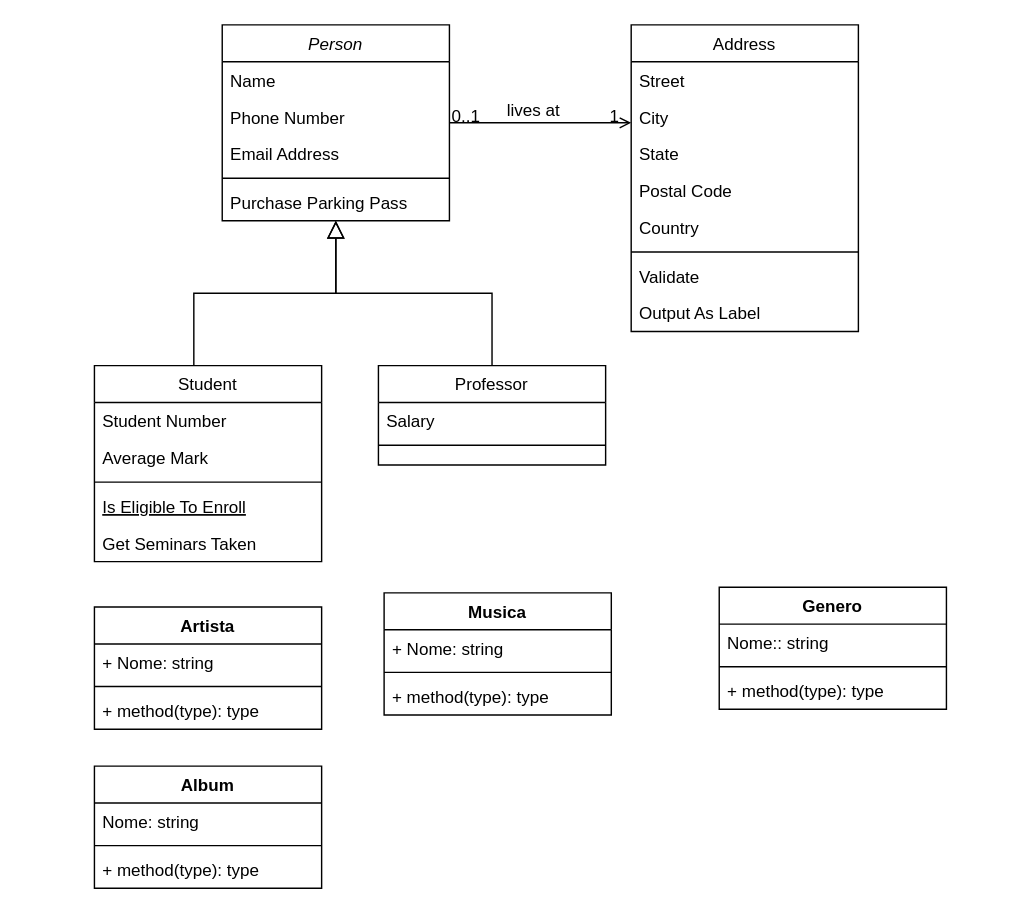
samorysundjata/Jukebox keeps this draw.io diagram as models.drawio. Above is the earlier version. Source tidied: cells renumbered, new cells numbered last; positions are measured from the earlier drawing's top-left corner, leaving out a move shared by most shapes. Both pictures are drawn from the tidied source at 142%, with x=0, y=0 at pixel (94, 24).
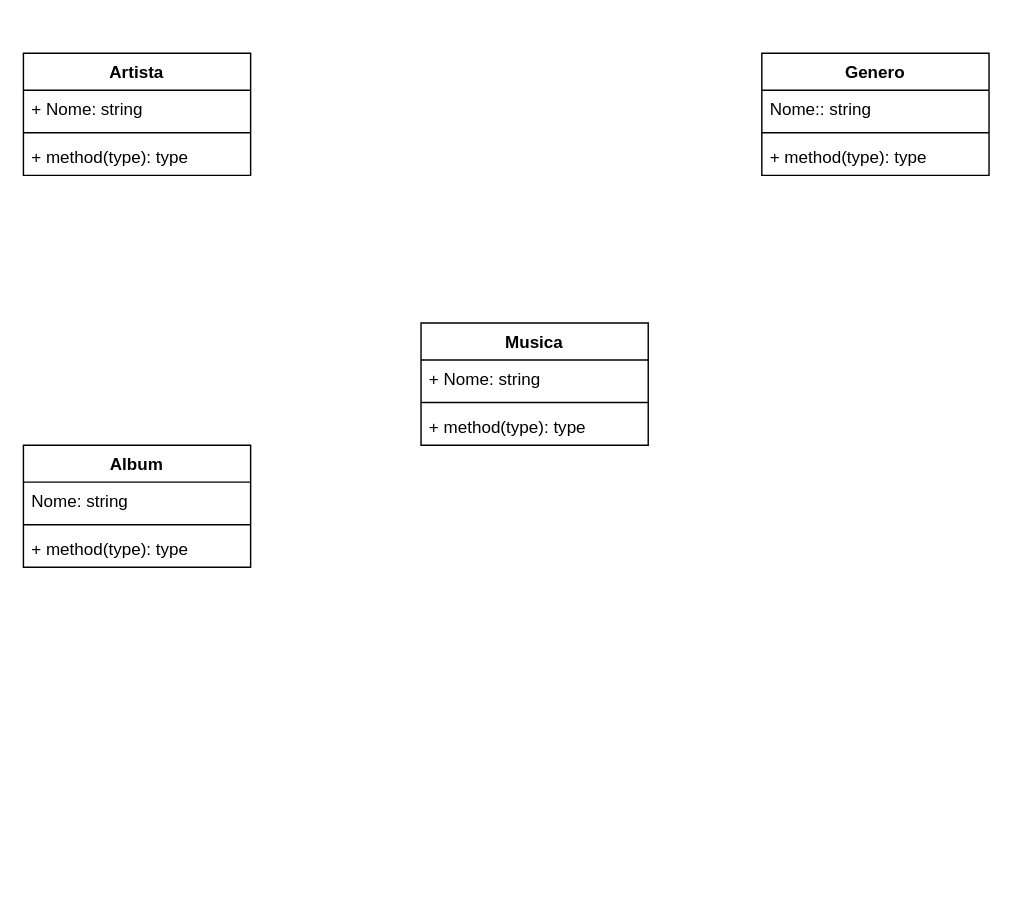
The same page after the edit.

Diff of the diagram source:
```diff
@@
-    <mxCell id="2" value="Person" style="swimlane;fontStyle=2;align=center;verticalAlign=top;horizontal=1;startSize=26;rounded=0;shadow=0;strokeWidth=1;" parent="1" vertex="1">
-      <mxGeometry x="90" width="160" height="138" as="geometry" />
-    </mxCell>
-    <mxCell id="3" value="Name" style="text;align=left;verticalAlign=top;spacingLeft=4;spacingRight=4;overflow=hidden;" parent="2" vertex="1">
-      <mxGeometry y="26" width="160" height="26" as="geometry" />
-    </mxCell>
-    <mxCell id="4" value="Phone Number" style="text;align=left;verticalAlign=top;spacingLeft=4;spacingRight=4;overflow=hidden;rounded=0;shadow=0;html=0;" parent="2" vertex="1">
-      <mxGeometry y="52" width="160" height="26" as="geometry" />
-    </mxCell>
-    <mxCell id="5" value="Email Address" style="text;align=left;verticalAlign=top;spacingLeft=4;spacingRight=4;overflow=hidden;rounded=0;shadow=0;html=0;" parent="2" vertex="1">
-      <mxGeometry y="78" width="160" height="26" as="geometry" />
-    </mxCell>
-    <mxCell id="6" style="line;html=1;strokeWidth=1;align=left;verticalAlign=middle;spacingTop=-1;spacingLeft=3;spacingRight=3;labelPosition=right;" parent="2" vertex="1">
-      <mxGeometry y="104" width="160" height="8" as="geometry" />
-    </mxCell>
-    <mxCell id="7" value="Purchase Parking Pass" style="text;align=left;verticalAlign=top;spacingLeft=4;spacingRight=4;overflow=hidden;" parent="2" vertex="1">
-      <mxGeometry y="112" width="160" height="26" as="geometry" />
-    </mxCell>
-    <mxCell id="8" value="Student" style="swimlane;fontStyle=0;align=center;verticalAlign=top;horizontal=1;startSize=26;rounded=0;shadow=0;strokeWidth=1;" parent="1" vertex="1">
-      <mxGeometry y="240" width="160" height="138" as="geometry" />
-    </mxCell>
-    <mxCell id="9" value="Student Number" style="text;align=left;verticalAlign=top;spacingLeft=4;spacingRight=4;overflow=hidden;" parent="8" vertex="1">
-      <mxGeometry y="26" width="160" height="26" as="geometry" />
-    </mxCell>
-    <mxCell id="10" value="Average Mark" style="text;align=left;verticalAlign=top;spacingLeft=4;spacingRight=4;overflow=hidden;rounded=0;shadow=0;html=0;" parent="8" vertex="1">
-      <mxGeometry y="52" width="160" height="26" as="geometry" />
-    </mxCell>
-    <mxCell id="11" style="line;html=1;strokeWidth=1;align=left;verticalAlign=middle;spacingTop=-1;spacingLeft=3;spacingRight=3;labelPosition=right;" parent="8" vertex="1">
-      <mxGeometry y="78" width="160" height="8" as="geometry" />
-    </mxCell>
-    <mxCell id="12" value="Is Eligible To Enroll" style="text;align=left;verticalAlign=top;spacingLeft=4;spacingRight=4;overflow=hidden;fontStyle=4;" parent="8" vertex="1">
-      <mxGeometry y="86" width="160" height="26" as="geometry" />
-    </mxCell>
-    <mxCell id="13" value="Get Seminars Taken" style="text;align=left;verticalAlign=top;spacingLeft=4;spacingRight=4;overflow=hidden;" parent="8" vertex="1">
-      <mxGeometry y="112" width="160" height="26" as="geometry" />
-    </mxCell>
-    <mxCell id="14" style="endArrow=block;endSize=10;endFill=0;shadow=0;strokeWidth=1;rounded=0;edgeStyle=elbowEdgeStyle;elbow=vertical;" parent="1" edge="1" target="2">
-      <mxGeometry relative="1" as="geometry">
-        <mxPoint x="70" y="240" as="sourcePoint" />
-      </mxGeometry>
-    </mxCell>
-    <mxCell id="15" value="Professor" style="swimlane;fontStyle=0;align=center;verticalAlign=top;horizontal=1;startSize=26;rounded=0;shadow=0;strokeWidth=1;" parent="1" vertex="1">
-      <mxGeometry x="200" y="240" width="160" height="70" as="geometry" />
-    </mxCell>
-    <mxCell id="16" value="Salary" style="text;align=left;verticalAlign=top;spacingLeft=4;spacingRight=4;overflow=hidden;" parent="15" vertex="1">
-      <mxGeometry y="26" width="160" height="26" as="geometry" />
-    </mxCell>
-    <mxCell id="17" style="line;html=1;strokeWidth=1;align=left;verticalAlign=middle;spacingTop=-1;spacingLeft=3;spacingRight=3;labelPosition=right;" parent="15" vertex="1">
-      <mxGeometry y="52" width="160" height="8" as="geometry" />
-    </mxCell>
-    <mxCell id="18" style="endArrow=block;endSize=10;endFill=0;shadow=0;strokeWidth=1;rounded=0;edgeStyle=elbowEdgeStyle;elbow=vertical;" parent="1" edge="1" source="15" target="2">
-      <mxGeometry relative="1" as="geometry" />
-    </mxCell>
-    <mxCell id="19" value="Address" style="swimlane;fontStyle=0;align=center;verticalAlign=top;horizontal=1;startSize=26;rounded=0;shadow=0;strokeWidth=1;" parent="1" vertex="1">
-      <mxGeometry x="378" width="160" height="216" as="geometry" />
-    </mxCell>
-    <mxCell id="20" value="Street" style="text;align=left;verticalAlign=top;spacingLeft=4;spacingRight=4;overflow=hidden;" parent="19" vertex="1">
-      <mxGeometry y="26" width="160" height="26" as="geometry" />
-    </mxCell>
-    <mxCell id="21" value="City" style="text;align=left;verticalAlign=top;spacingLeft=4;spacingRight=4;overflow=hidden;rounded=0;shadow=0;html=0;" parent="19" vertex="1">
-      <mxGeometry y="52" width="160" height="26" as="geometry" />
-    </mxCell>
-    <mxCell id="22" value="State" style="text;align=left;verticalAlign=top;spacingLeft=4;spacingRight=4;overflow=hidden;rounded=0;shadow=0;html=0;" parent="19" vertex="1">
-      <mxGeometry y="78" width="160" height="26" as="geometry" />
-    </mxCell>
-    <mxCell id="23" value="Postal Code" style="text;align=left;verticalAlign=top;spacingLeft=4;spacingRight=4;overflow=hidden;rounded=0;shadow=0;html=0;" parent="19" vertex="1">
-      <mxGeometry y="104" width="160" height="26" as="geometry" />
-    </mxCell>
-    <mxCell id="24" value="Country" style="text;align=left;verticalAlign=top;spacingLeft=4;spacingRight=4;overflow=hidden;rounded=0;shadow=0;html=0;" parent="19" vertex="1">
-      <mxGeometry y="130" width="160" height="26" as="geometry" />
-    </mxCell>
-    <mxCell id="25" style="line;html=1;strokeWidth=1;align=left;verticalAlign=middle;spacingTop=-1;spacingLeft=3;spacingRight=3;labelPosition=right;" parent="19" vertex="1">
-      <mxGeometry y="156" width="160" height="8" as="geometry" />
-    </mxCell>
-    <mxCell id="26" value="Validate" style="text;align=left;verticalAlign=top;spacingLeft=4;spacingRight=4;overflow=hidden;" parent="19" vertex="1">
-      <mxGeometry y="164" width="160" height="26" as="geometry" />
-    </mxCell>
-    <mxCell id="27" value="Output As Label" style="text;align=left;verticalAlign=top;spacingLeft=4;spacingRight=4;overflow=hidden;" parent="19" vertex="1">
-      <mxGeometry y="190" width="160" height="26" as="geometry" />
-    </mxCell>
-    <mxCell id="28" style="endArrow=open;shadow=0;strokeWidth=1;rounded=0;endFill=1;edgeStyle=elbowEdgeStyle;elbow=vertical;" parent="1" edge="1" source="2" target="19">
-      <mxGeometry x="0.5" y="41" relative="1" as="geometry">
-        <mxPoint x="-40" y="32" as="offset" />
-      </mxGeometry>
-    </mxCell>
-    <mxCell id="29" value="0..1" style="align=left;verticalAlign=bottom;labelBackgroundColor=none;fontSize=12;" parent="28" vertex="1">
-      <mxGeometry x="-1" relative="1" as="geometry">
-        <mxPoint y="4" as="offset" />
-      </mxGeometry>
-    </mxCell>
-    <mxCell id="30" value="1" style="align=right;verticalAlign=bottom;labelBackgroundColor=none;fontSize=12;" parent="28" vertex="1">
-      <mxGeometry x="1" relative="1" as="geometry">
-        <mxPoint x="-7" y="4" as="offset" />
-      </mxGeometry>
-    </mxCell>
-    <mxCell id="31" value="lives at" style="text;html=1;align=center;verticalAlign=middle;labelBackgroundColor=none;rounded=0;shadow=0;strokeWidth=1;fontSize=12;" parent="28" vertex="1">
-      <mxGeometry x="0.5" y="49" relative="1" as="geometry">
-        <mxPoint x="-38" y="40" as="offset" />
-      </mxGeometry>
-    </mxCell>
     <mxCell id="32" value="Musica&#10;" style="swimlane;fontStyle=1;align=center;verticalAlign=top;horizontal=1;startSize=26;" parent="1" vertex="1">
-      <mxGeometry x="204" y="400" width="160" height="86" as="geometry" />
+      <mxGeometry x="230" y="210" width="160" height="86" as="geometry" />
     </mxCell>
@@
     <mxCell id="36" value="Artista&#10;" style="swimlane;fontStyle=1;align=center;verticalAlign=top;horizontal=1;startSize=26;" parent="1" vertex="1">
-      <mxGeometry y="410" width="160" height="86" as="geometry" />
+      <mxGeometry x="-50" y="20" width="160" height="86" as="geometry" />
     </mxCell>
@@
     <mxCell id="40" value="Album" style="swimlane;fontStyle=1;align=center;verticalAlign=top;horizontal=1;startSize=26;" parent="1" vertex="1">
-      <mxGeometry y="522" width="160" height="86" as="geometry" />
+      <mxGeometry x="-50" y="296" width="160" height="86" as="geometry" />
     </mxCell>
@@
     <mxCell id="44" value="Genero" style="swimlane;fontStyle=1;align=center;verticalAlign=top;horizontal=1;startSize=26;" parent="1" vertex="1">
-      <mxGeometry x="440" y="396" width="160" height="86" as="geometry" />
+      <mxGeometry x="470" y="20" width="160" height="86" as="geometry" />
     </mxCell>
```
